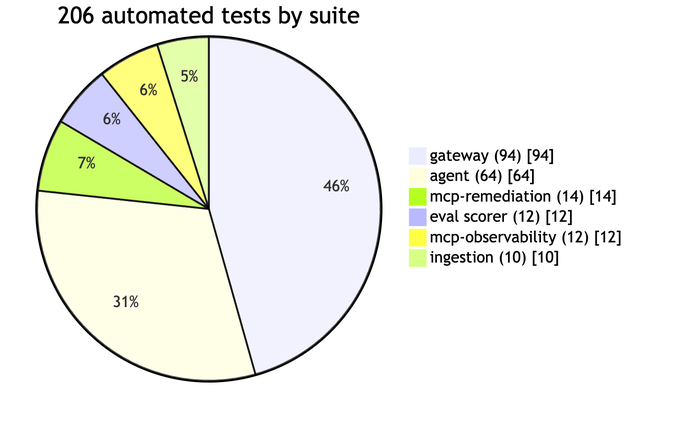
Before: docs/handbook/images/14-chart-tests-by-suite.png, a diagram exported from Mermaid (abdulmdev/sentinel-incident-copilot). Its source is kept beside it as docs/handbook/diagrams/14-chart-tests-by-suite.mmd. Its diagram source:
```mermaid
pie showData
  title 206 automated tests by suite
  "gateway (94)" : 94
  "agent (64)" : 64
  "mcp-remediation (14)" : 14
  "eval scorer (12)" : 12
  "mcp-observability (12)" : 12
  "ingestion (10)" : 10
```
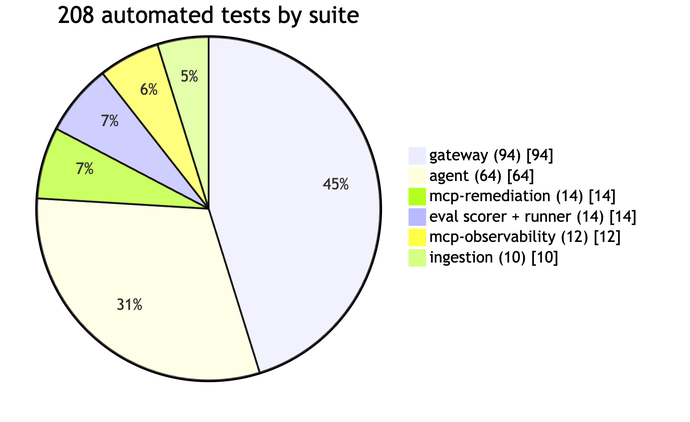
After the commit.

The edit, as a diff of the source:
```diff
@@ -1,8 +1,8 @@
 pie showData
-  title 206 automated tests by suite
+  title 208 automated tests by suite
   "gateway (94)" : 94
   "agent (64)" : 64
   "mcp-remediation (14)" : 14
-  "eval scorer (12)" : 12
+  "eval scorer + runner (14)" : 14
   "mcp-observability (12)" : 12
   "ingestion (10)" : 10
```
